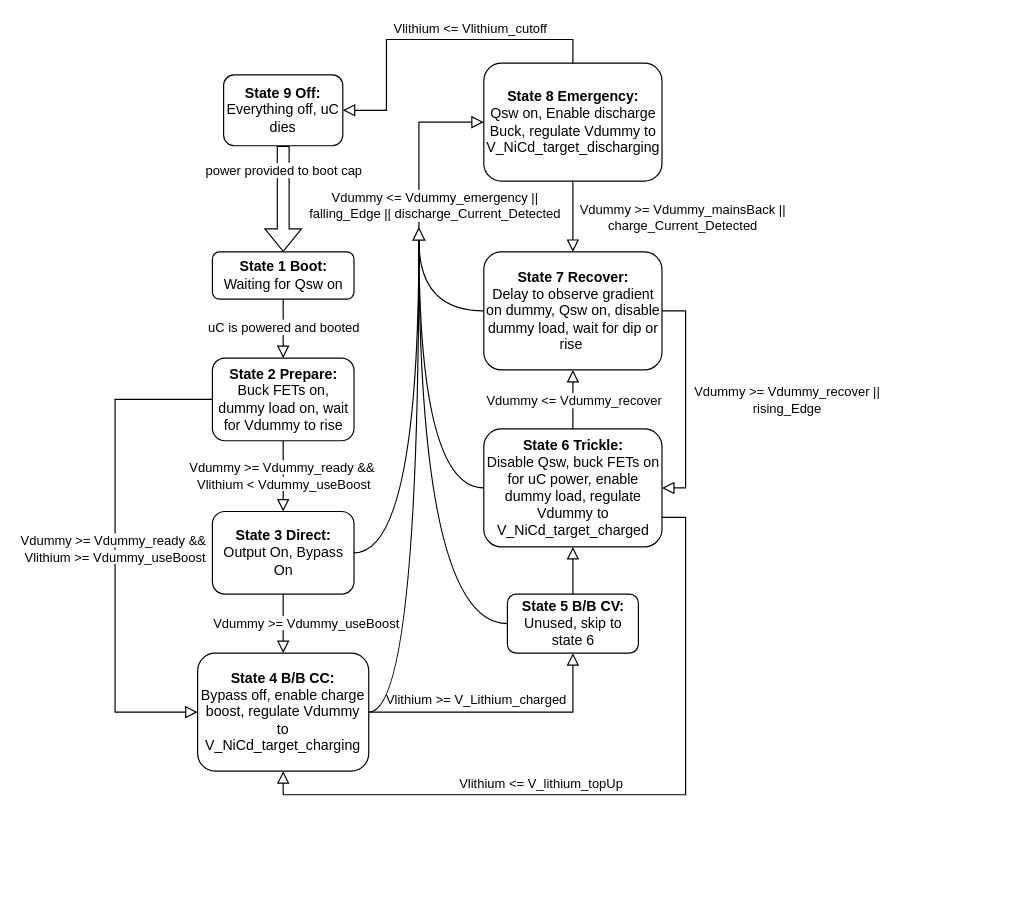
The draw.io diagram 202IntefaceFlowchart_CV.drawio in BStainthorpe/Flowcharts, before the edit. Source tidied: cells renumbered, new cells numbered last; positions are measured from the earlier drawing's top-left corner, leaving out a move shared by most shapes. Both pictures are drawn from the tidied source at 118%, with x=0, y=0 at pixel (114, 39).
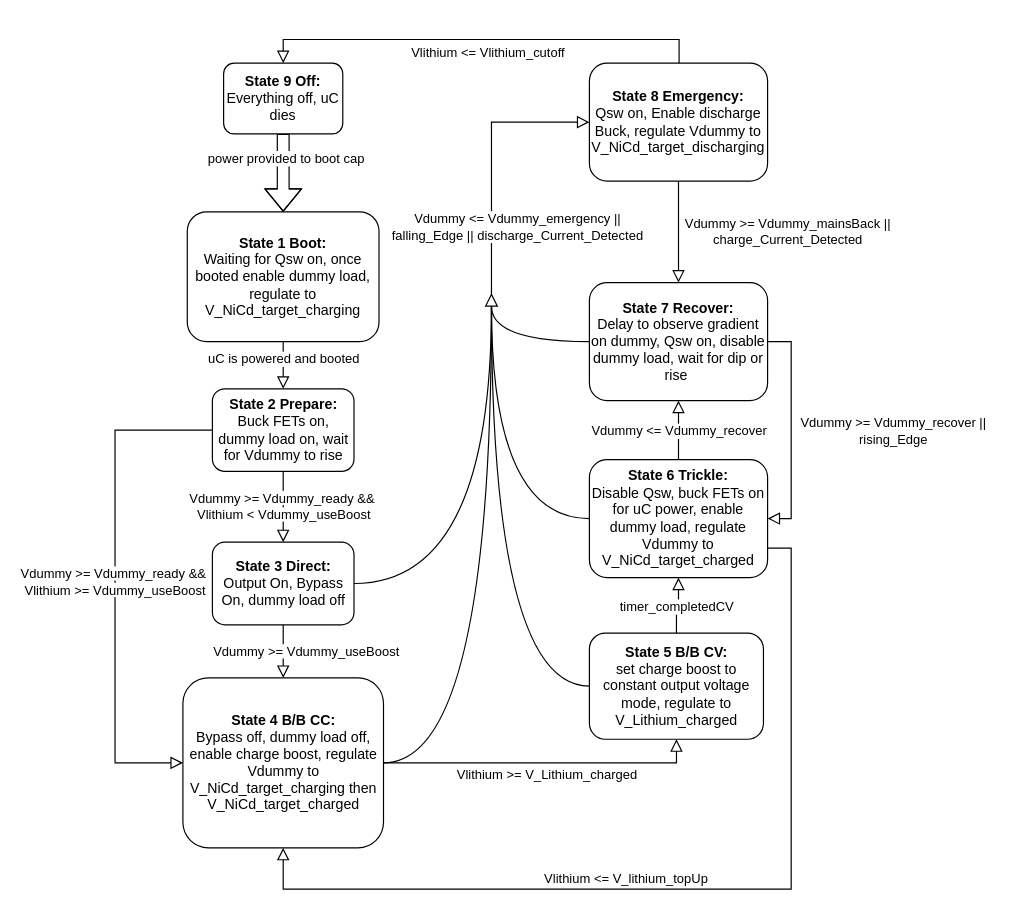
After the change.

The change refers to these unchanged cells:
```xml
<mxCell id="13" style="rounded=0;html=1;jettySize=auto;fontSize=11;endArrow=block;endFill=0;endSize=8;strokeWidth=1;shadow=0;labelBackgroundColor=none;edgeStyle=orthogonalEdgeStyle;exitX=0.5;exitY=0;exitDx=0;exitDy=0;entryX=0.5;entryY=1;entryDx=0;entryDy=0;" parent="1" edge="1" source="10" target="12">
  <mxGeometry x="0.04" y="20" relative="1" as="geometry" />
</mxCell>
<mxCell id="21" style="rounded=0;html=1;jettySize=auto;fontSize=11;endArrow=block;endFill=0;endSize=8;strokeWidth=1;shadow=0;labelBackgroundColor=none;edgeStyle=orthogonalEdgeStyle;entryX=0;entryY=0.5;entryDx=0;entryDy=0;exitX=1;exitY=0.5;exitDx=0;exitDy=0;" parent="1" edge="1" source="15" target="20">
  <mxGeometry x="0.04" y="20" relative="1" as="geometry" />
</mxCell>
<mxCell id="24" style="edgeStyle=orthogonalEdgeStyle;rounded=0;jettySize=auto;html=1;exitX=0.5;exitY=1;exitDx=0;exitDy=0;shape=flexArrow;" parent="1" edge="1" source="26" target="4">
  <mxGeometry relative="1" as="geometry" />
</mxCell>
```

The edit, as a diff of the source:
```diff
@@
     <mxCell id="2" style="rounded=0;html=1;jettySize=auto;fontSize=11;endArrow=block;endFill=0;endSize=8;strokeWidth=1;shadow=0;labelBackgroundColor=none;edgeStyle=orthogonalEdgeStyle;" parent="1" edge="1" source="4">
       <mxGeometry relative="1" as="geometry">
-        <mxPoint x="142.5" y="270" as="targetPoint" />
+        <mxPoint x="142.5" y="296" as="targetPoint" />
       </mxGeometry>
     </mxCell>
     <mxCell id="3" value="uC is powered and booted" style="edgeLabel;html=1;align=center;verticalAlign=middle;" parent="2" vertex="1">
       <mxGeometry x="-0.07" y="1" relative="1" as="geometry">
-        <mxPoint x="-1" as="offset" />
+        <mxPoint x="-1" y="-5" as="offset" />
       </mxGeometry>
     </mxCell>
-    <mxCell id="4" value="&lt;b&gt;State 1 Boot:&lt;/b&gt;&lt;div&gt;Waiting for Qsw on&lt;/div&gt;" style="rounded=1;whiteSpace=wrap;html=1;fontSize=12;glass=0;strokeWidth=1;shadow=0;" parent="1" vertex="1">
-      <mxGeometry x="82.5" y="180" width="120" height="40" as="geometry" />
+    <mxCell id="4" value="&lt;b&gt;State 1 Boot:&lt;/b&gt;&lt;div&gt;Waiting for Qsw on, once booted enable dummy load, regulate to V_NiCd_target_charging&lt;/div&gt;" style="rounded=1;whiteSpace=wrap;html=1;fontSize=12;glass=0;strokeWidth=1;shadow=0;" parent="1" vertex="1">
+      <mxGeometry x="61.2" y="146" width="162.5" height="110" as="geometry" />
     </mxCell>
@@
     <mxCell id="7" value="&lt;b&gt;State 2 Prepare:&lt;/b&gt;&lt;div&gt;Buck FETs on, dummy load on, wait for Vdummy to rise&lt;/div&gt;" style="rounded=1;whiteSpace=wrap;html=1;fontSize=12;glass=0;strokeWidth=1;shadow=0;" parent="1" vertex="1">
-      <mxGeometry x="82.5" y="270" width="120" height="70" as="geometry" />
+      <mxGeometry x="82.5" y="296" width="120" height="70" as="geometry" />
     </mxCell>
-    <mxCell id="8" value="&lt;b&gt;State 3 Direct:&lt;/b&gt;&lt;div&gt;Output On, Bypass On&lt;/div&gt;" style="rounded=1;whiteSpace=wrap;html=1;fontSize=12;glass=0;strokeWidth=1;shadow=0;" parent="1" vertex="1">
-      <mxGeometry x="82.5" y="400" width="120" height="70" as="geometry" />
+    <mxCell id="8" value="&lt;b&gt;State 3 Direct:&lt;/b&gt;&lt;div&gt;Output On, Bypass On, dummy load off&lt;/div&gt;" style="rounded=1;whiteSpace=wrap;html=1;fontSize=12;glass=0;strokeWidth=1;shadow=0;" parent="1" vertex="1">
+      <mxGeometry x="82.5" y="426" width="120" height="70" as="geometry" />
     </mxCell>
-    <mxCell id="9" value="&lt;b&gt;State 4 B/B CC:&lt;/b&gt;&lt;div&gt;Bypass off, enable charge boost, regulate Vdummy to V_NiCd_target_charging&lt;/div&gt;" style="rounded=1;whiteSpace=wrap;html=1;fontSize=12;glass=0;strokeWidth=1;shadow=0;" parent="1" vertex="1">
-      <mxGeometry x="70" y="520" width="145" height="100" as="geometry" />
+    <mxCell id="9" value="&lt;b&gt;State 4 B/B CC:&lt;/b&gt;&lt;div&gt;Bypass off, dummy load off, enable charge boost, regulate Vdummy to V_NiCd_target_charging then V_NiCd_target_charged&lt;/div&gt;" style="rounded=1;whiteSpace=wrap;html=1;fontSize=12;glass=0;strokeWidth=1;shadow=0;" parent="1" vertex="1">
+      <mxGeometry x="57.5" y="541" width="170" height="144" as="geometry" />
     </mxCell>
-    <mxCell id="10" value="&lt;b&gt;State 5 B/B CV:&lt;/b&gt;&lt;div&gt;Unused, skip to state 6&lt;/div&gt;" style="rounded=1;whiteSpace=wrap;html=1;fontSize=12;glass=0;strokeWidth=1;shadow=0;" parent="1" vertex="1">
-      <mxGeometry x="332.5" y="470" width="111" height="50" as="geometry" />
+    <mxCell id="10" value="&lt;b&gt;State 5 B/B CV:&lt;/b&gt;&lt;div&gt;set charge boost to constant output voltage mode, regulate to V_Lithium_charged&lt;/div&gt;" style="rounded=1;whiteSpace=wrap;html=1;fontSize=12;glass=0;strokeWidth=1;shadow=0;" parent="1" vertex="1">
+      <mxGeometry x="402" y="503" width="147.5" height="90" as="geometry" />
     </mxCell>
     <mxCell id="11" value="&lt;span style=&quot;background-color: rgb(255, 255, 255);&quot;&gt;Vlithium &amp;gt;= V_Lithium_charged&lt;/span&gt;" style="rounded=0;html=1;jettySize=auto;fontSize=11;endArrow=block;endFill=0;endSize=8;strokeWidth=1;shadow=0;labelBackgroundColor=none;edgeStyle=orthogonalEdgeStyle;exitX=1;exitY=0.5;exitDx=0;exitDy=0;entryX=0.5;entryY=1;entryDx=0;entryDy=0;" parent="1" edge="1" source="9" target="10">
-      <mxGeometry x="-0.18" y="10" relative="1" as="geometry" />
+      <mxGeometry x="0.03" y="-10" relative="1" as="geometry">
+        <Array as="points">
+          <mxPoint x="476" y="613" />
+        </Array>
+      </mxGeometry>
     </mxCell>
     <mxCell id="12" value="&lt;b&gt;State 6 Trickle:&lt;/b&gt;&lt;div&gt;Disable Qsw, buck FETs on for uC power, enable dummy load, regulate Vdummy to V_NiCd_target_charged&lt;/div&gt;" style="rounded=1;whiteSpace=wrap;html=1;fontSize=12;glass=0;strokeWidth=1;shadow=0;" parent="1" vertex="1">
-      <mxGeometry x="312.5" y="330" width="151" height="100" as="geometry" />
+      <mxGeometry x="402" y="356" width="151" height="100" as="geometry" />
     </mxCell>
@@
+    <mxCell id="38" value="timer_completedCV" style="edgeLabel;html=1;align=center;verticalAlign=middle;" parent="13" vertex="1">
+      <mxGeometry x="-0.04" relative="1" as="geometry" />
+    </mxCell>
     <mxCell id="14" value="&lt;b&gt;State 7 Recover:&lt;/b&gt;&lt;div&gt;Delay to observe gradient on dummy, Qsw on, disable dummy load, wait for dip or rise&amp;nbsp;&lt;br&gt;&lt;/div&gt;" style="rounded=1;whiteSpace=wrap;html=1;fontSize=12;glass=0;strokeWidth=1;shadow=0;" parent="1" vertex="1">
-      <mxGeometry x="312.5" y="180" width="151" height="100" as="geometry" />
+      <mxGeometry x="402" y="206" width="151" height="100" as="geometry" />
     </mxCell>
     <mxCell id="15" style="triangle;whiteSpace=wrap;html=1;rotation=-90;" parent="1" vertex="1">
-      <mxGeometry x="252.5" y="160" width="10" height="10" as="geometry" />
+      <mxGeometry x="314" y="216" width="10" height="10" as="geometry" />
     </mxCell>
@@
     <mxCell id="20" value="&lt;b&gt;State 8 Emergency:&lt;/b&gt;&lt;div&gt;Qsw on, Enable discharge Buck, regulate Vdummy to V_NiCd_target_discharging&lt;/div&gt;" style="rounded=1;whiteSpace=wrap;html=1;fontSize=12;glass=0;strokeWidth=1;shadow=0;" parent="1" vertex="1">
-      <mxGeometry x="312.5" y="20" width="151" height="100" as="geometry" />
+      <mxGeometry x="402" y="20" width="151" height="100" as="geometry" />
     </mxCell>
@@
     <mxCell id="22" value="Vdummy &amp;lt;= Vdummy_emergency ||&lt;div&gt;falling_Edge || discharge_Current_Detected&lt;/div&gt;" style="edgeLabel;html=1;align=center;verticalAlign=middle;" parent="21" vertex="1">
       <mxGeometry x="-0.09" relative="1" as="geometry">
-        <mxPoint x="13" y="46" as="offset" />
+        <mxPoint x="21" y="46" as="offset" />
       </mxGeometry>
     </mxCell>
@@
     <mxCell id="25" value="power provided to boot cap" style="edgeLabel;html=1;align=center;verticalAlign=middle;" parent="24" vertex="1">
       <mxGeometry x="0.03" y="-4" relative="1" as="geometry">
-        <mxPoint x="4" y="-26" as="offset" />
+        <mxPoint x="6" y="-14" as="offset" />
       </mxGeometry>
     </mxCell>
     <mxCell id="26" value="&lt;b&gt;State 9 Off:&lt;/b&gt;&lt;div&gt;Everything off, uC dies&lt;/div&gt;" style="rounded=1;whiteSpace=wrap;html=1;fontSize=12;glass=0;strokeWidth=1;shadow=0;" parent="1" vertex="1">
-      <mxGeometry x="92" y="30" width="101" height="60" as="geometry" />
+      <mxGeometry x="92" y="20" width="101" height="60" as="geometry" />
     </mxCell>
-    <mxCell id="27" style="rounded=0;html=1;jettySize=auto;fontSize=11;endArrow=block;endFill=0;endSize=8;strokeWidth=1;shadow=0;labelBackgroundColor=none;edgeStyle=orthogonalEdgeStyle;entryX=1;entryY=0.5;entryDx=0;entryDy=0;exitX=0.5;exitY=0;exitDx=0;exitDy=0;" parent="1" edge="1" source="20" target="26">
+    <mxCell id="27" style="rounded=0;html=1;jettySize=auto;fontSize=11;endArrow=block;endFill=0;endSize=8;strokeWidth=1;shadow=0;labelBackgroundColor=none;edgeStyle=orthogonalEdgeStyle;entryX=0.5;entryY=0;entryDx=0;entryDy=0;" parent="1" edge="1" target="26">
       <mxGeometry x="0.04" y="20" relative="1" as="geometry">
+        <mxPoint x="478" y="20" as="sourcePoint" />
         <Array as="points">
-          <mxPoint x="388" />
-          <mxPoint x="230" />
-          <mxPoint x="230" y="60" />
+          <mxPoint x="478" />
+          <mxPoint x="143" />
         </Array>
       </mxGeometry>
     </mxCell>
     <mxCell id="28" value="Vlithium &amp;lt;= Vlithium_cutoff" style="edgeLabel;html=1;align=center;verticalAlign=middle;" parent="27" vertex="1">
       <mxGeometry x="-0.09" relative="1" as="geometry">
-        <mxPoint x="17" y="-10" as="offset" />
+        <mxPoint x="-12" y="10" as="offset" />
       </mxGeometry>
     </mxCell>
@@
     <mxCell id="35" style="rounded=0;html=1;jettySize=auto;fontSize=11;endArrow=block;endFill=0;endSize=8;strokeWidth=1;shadow=0;labelBackgroundColor=none;edgeStyle=orthogonalEdgeStyle;entryX=0.5;entryY=1;entryDx=0;entryDy=0;exitX=1;exitY=0.75;exitDx=0;exitDy=0;" parent="1" edge="1" source="12" target="9">
-      <mxGeometry x="0.04" y="20" relative="1" as="geometry" />
+      <mxGeometry x="0.04" y="20" relative="1" as="geometry">
+        <Array as="points">
+          <mxPoint x="573" y="431" />
+          <mxPoint x="573" y="720" />
+          <mxPoint x="143" y="720" />
+          <mxPoint x="143" y="685" />
+        </Array>
+      </mxGeometry>
     </mxCell>
@@
     <mxCell id="37" value="&lt;span style=&quot;background-color: rgb(255, 255, 255);&quot;&gt;Vdummy &amp;gt;= Vdummy_ready &amp;amp;&amp;amp;&amp;nbsp;&lt;/span&gt;&lt;div&gt;&lt;span style=&quot;background-color: rgb(255, 255, 255);&quot;&gt;Vlithium &amp;gt;= Vdummy_useBoost&lt;/span&gt;&lt;/div&gt;" style="edgeStyle=orthogonalEdgeStyle;rounded=0;html=1;jettySize=auto;fontSize=11;endArrow=block;endFill=0;endSize=8;strokeWidth=1;shadow=0;labelBackgroundColor=none;exitX=0;exitY=0.5;exitDx=0;exitDy=0;entryX=0;entryY=0.5;entryDx=0;entryDy=0;" parent="1" edge="1" source="7" target="9">
       <mxGeometry relative="1" as="geometry">
         <Array as="points">
-          <mxPoint y="305" />
-          <mxPoint y="570" />
+          <mxPoint y="331" />
+          <mxPoint y="613" />
         </Array>
       </mxGeometry>
     </mxCell>
```
